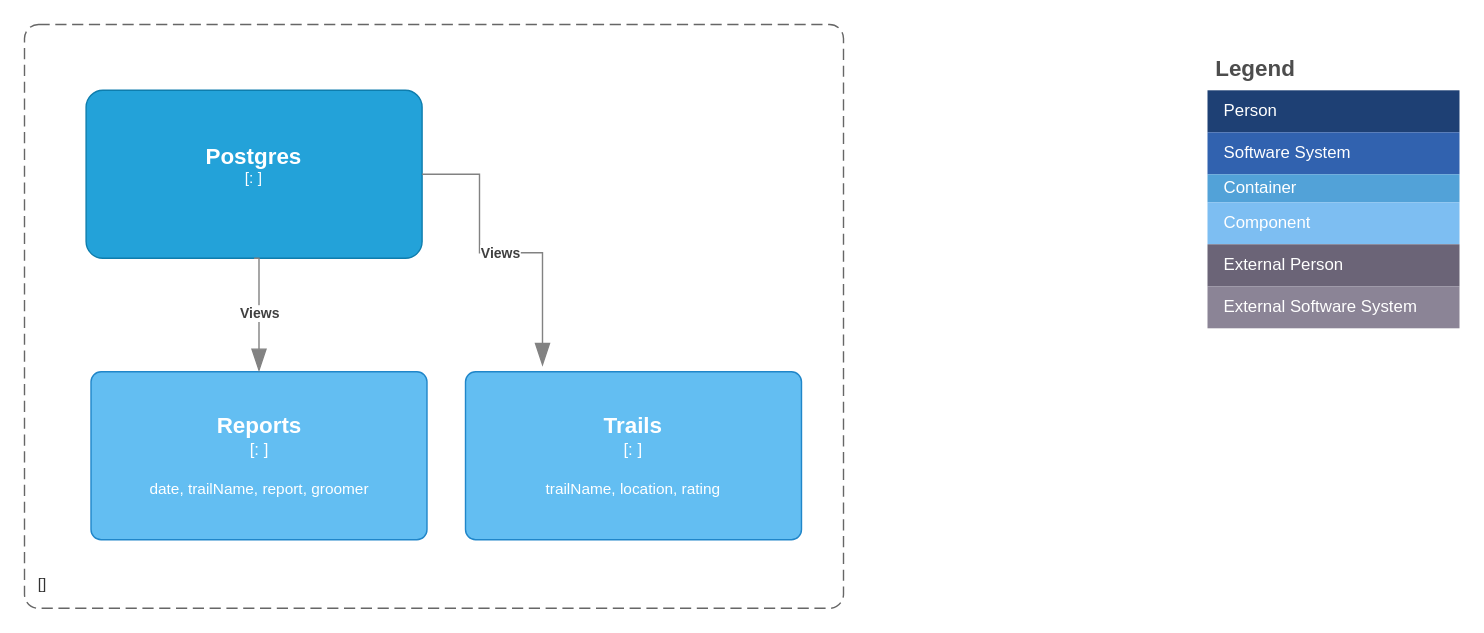
This is docs/C4/postgresomponent-C4.drawio from bartelsjoshuac/Corduroy, a draw.io file, before an edit. Source tidied: cells renumbered, new cells numbered last; positions are measured from the earlier drawing's top-left corner, leaving out a move shared by most shapes. Both pictures are drawn from the tidied source at 140%, with x=0, y=0 at pixel (24, 24).
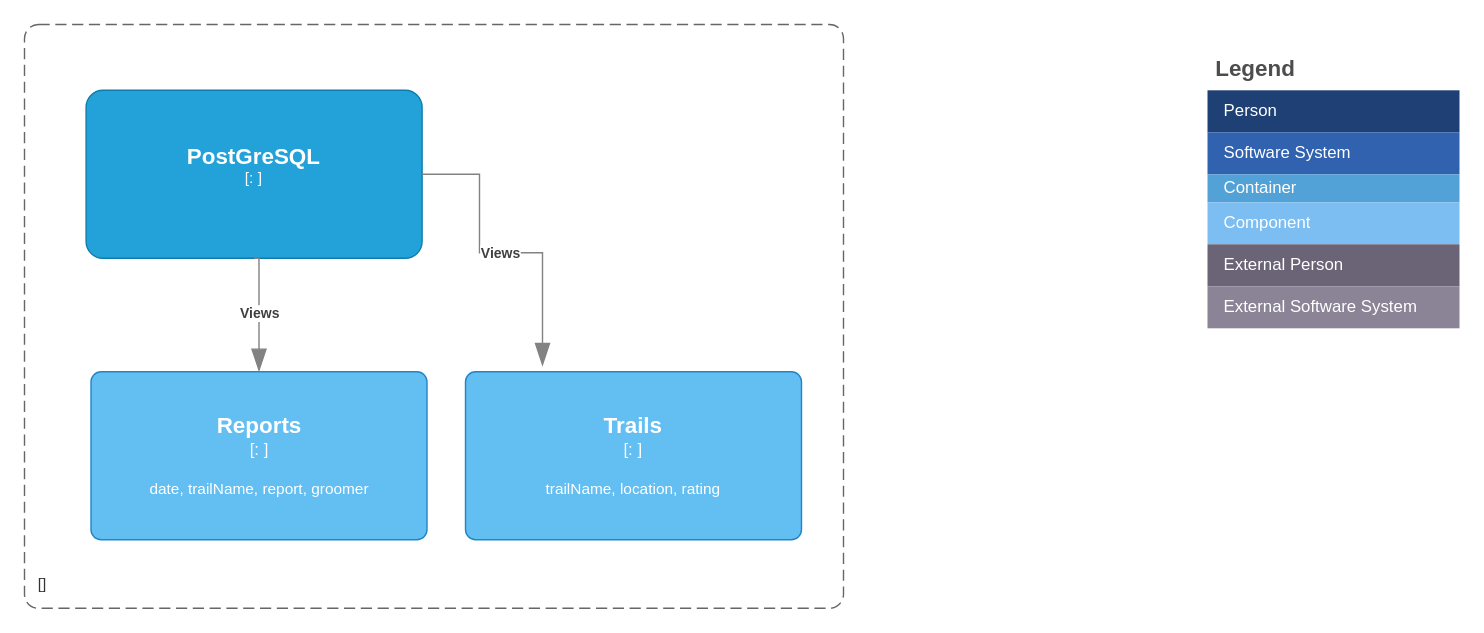
The same diagram, later.

Diff of the diagram source:
```diff
@@
-    <object id="15" label="&lt;font style=&quot;font-size: 16px&quot;&gt;&lt;b&gt;%c4Name%&lt;/b&gt;&lt;/font&gt;&lt;div&gt;[%c4Type%: %c4Technology%]&lt;/div&gt;&lt;br&gt;&lt;div&gt;&lt;font style=&quot;font-size: 11px&quot;&gt;&lt;font color=&quot;#E6E6E6&quot;&gt;%c4Description%&lt;/font&gt;&lt;/div&gt;" c4Description="" c4Name="Postgres" c4Technology="" c4Type="" placeholders="1">
+    <object id="15" label="&lt;font style=&quot;font-size: 16px&quot;&gt;&lt;b&gt;%c4Name%&lt;/b&gt;&lt;/font&gt;&lt;div&gt;[%c4Type%: %c4Technology%]&lt;/div&gt;&lt;br&gt;&lt;div&gt;&lt;font style=&quot;font-size: 11px&quot;&gt;&lt;font color=&quot;#E6E6E6&quot;&gt;%c4Description%&lt;/font&gt;&lt;/div&gt;" c4Description="" c4Name="PostGreSQL" c4Technology="" c4Type="" placeholders="1">
       <mxCell style="rounded=1;whiteSpace=wrap;html=1;fontSize=11;labelBackgroundColor=none;fillColor=#23A2D9;fontColor=#ffffff;align=center;arcSize=10;strokeColor=#0E7DAD;points=[[0.25,0,0],[0.5,0,0],[0.75,0,0],[1,0.25,0],[1,0.5,0],[1,0.75,0],[0.75,1,0],[0.5,1,0],[0.25,1,0],[0,0.75,0],[0,0.5,0],[0,0.25,0]];" parent="1" vertex="1">
         <mxGeometry x="44" y="47" width="240" height="120" as="geometry" />
       </mxCell>
     </object>
```
